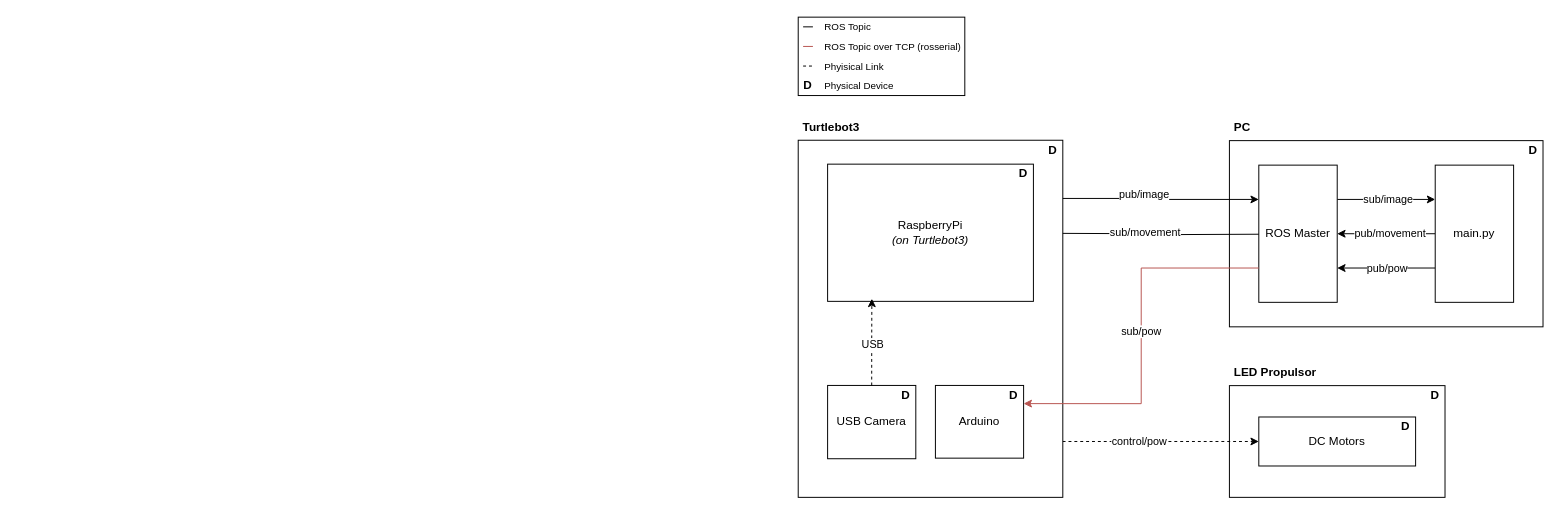
The draw.io diagram 2025/projects/Group103/Schemas/component_diagramm.drawio in nembrinj/protofablab, before the edit. Source tidied: cells renumbered, new cells numbered last; positions are measured from the earlier drawing's top-left corner, leaving out a move shared by most shapes. Both pictures are drawn from the tidied source at 98%, with x=0, y=0 at pixel (798, 17).
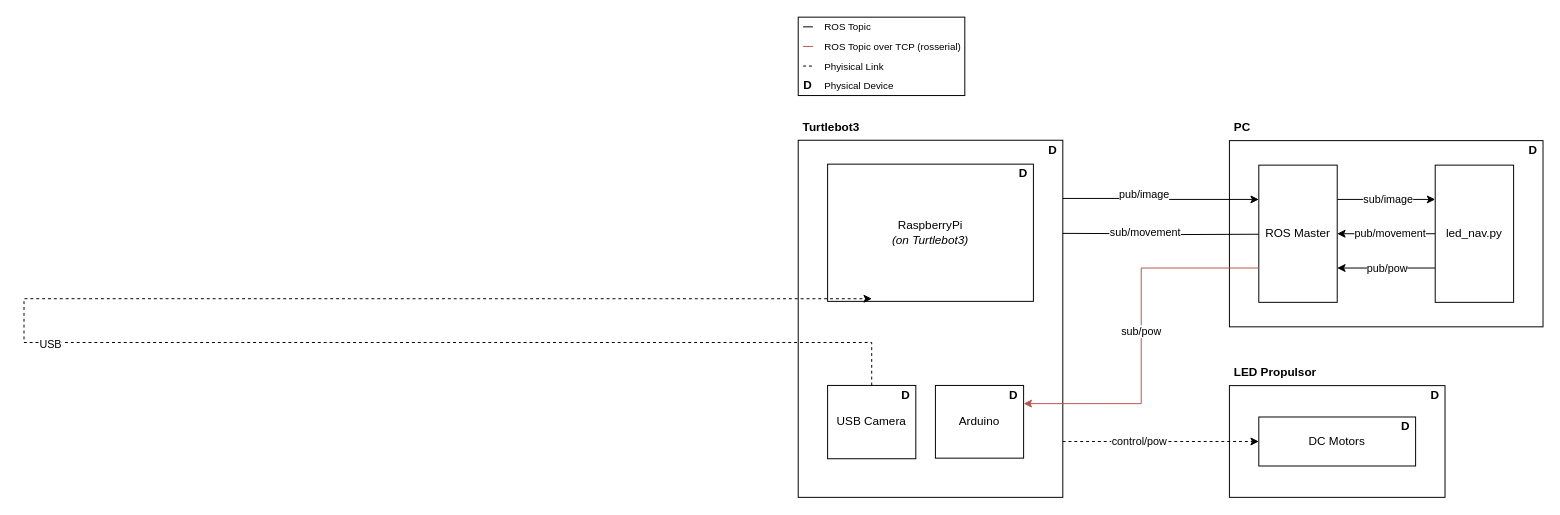
After the change.

Unchanged cells that the change refers to:
```xml
<mxCell id="2" style="group;" parent="1" vertex="1">
  <mxGeometry x="440" y="100" width="320" height="216" as="geometry" />
</mxCell>
<mxCell id="28" value="RaspberryPi&lt;br&gt;&lt;i&gt;(on Turtlebot3)&lt;/i&gt;" style="html=1;whiteSpace=wrap;" parent="1" vertex="1">
  <mxGeometry x="30" y="150" width="210" height="140" as="geometry" />
</mxCell>
<mxCell id="29" value="USB Camera" style="html=1;whiteSpace=wrap;" parent="1" vertex="1">
  <mxGeometry x="30" y="375.8" width="90" height="74.8" as="geometry" />
</mxCell>
```

What changed in the source:
```diff
@@
-    <mxCell id="12" value="main.py" style="html=1;whiteSpace=wrap;" parent="2" vertex="1">
+    <mxCell id="12" value="led_nav.py" style="html=1;whiteSpace=wrap;" parent="2" vertex="1">
       <mxGeometry x="210" y="51" width="80" height="140" as="geometry" />
     </mxCell>
@@
     <mxCell id="31" style="edgeStyle=orthogonalEdgeStyle;rounded=0;jettySize=auto;html=1;entryX=0.215;entryY=0.981;entryDx=0;entryDy=0;entryPerimeter=0;dashed=1;" parent="1" edge="1" source="29" target="28">
-      <mxGeometry relative="1" as="geometry" />
+      <mxGeometry relative="1" as="geometry">
+        <Array as="points">
+          <mxPoint x="75" y="332" />
+          <mxPoint x="-790" y="332" />
+          <mxPoint x="-790" y="287" />
+        </Array>
+      </mxGeometry>
     </mxCell>
```
